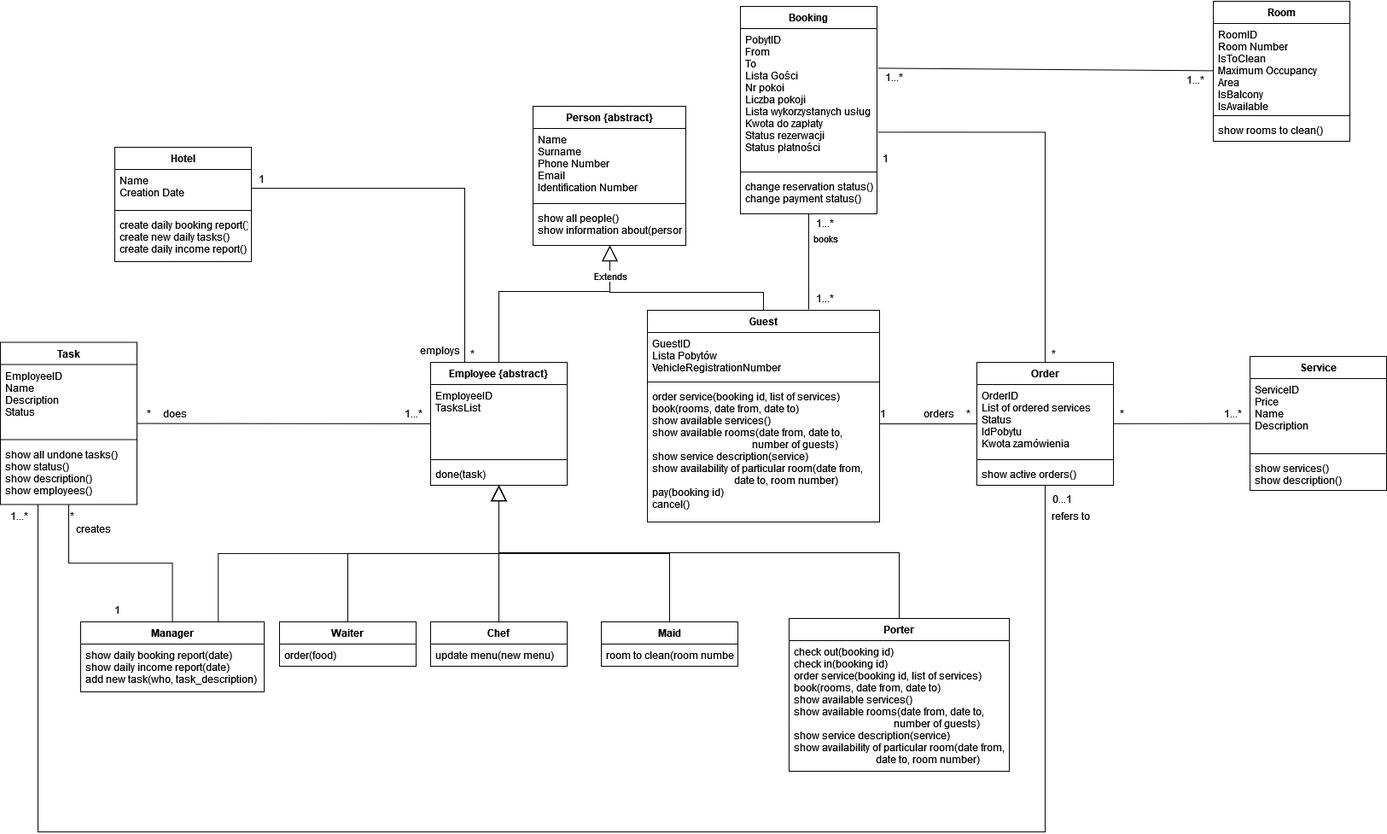
syndaez/hotel-management keeps this draw.io diagram as hotel-management-conceptual-diagram.drawio.png. Above is the earlier version. Source tidied: cells renumbered, new cells last; positions are measured from the earlier drawing's top-left corner, leaving out a move shared by most shapes.
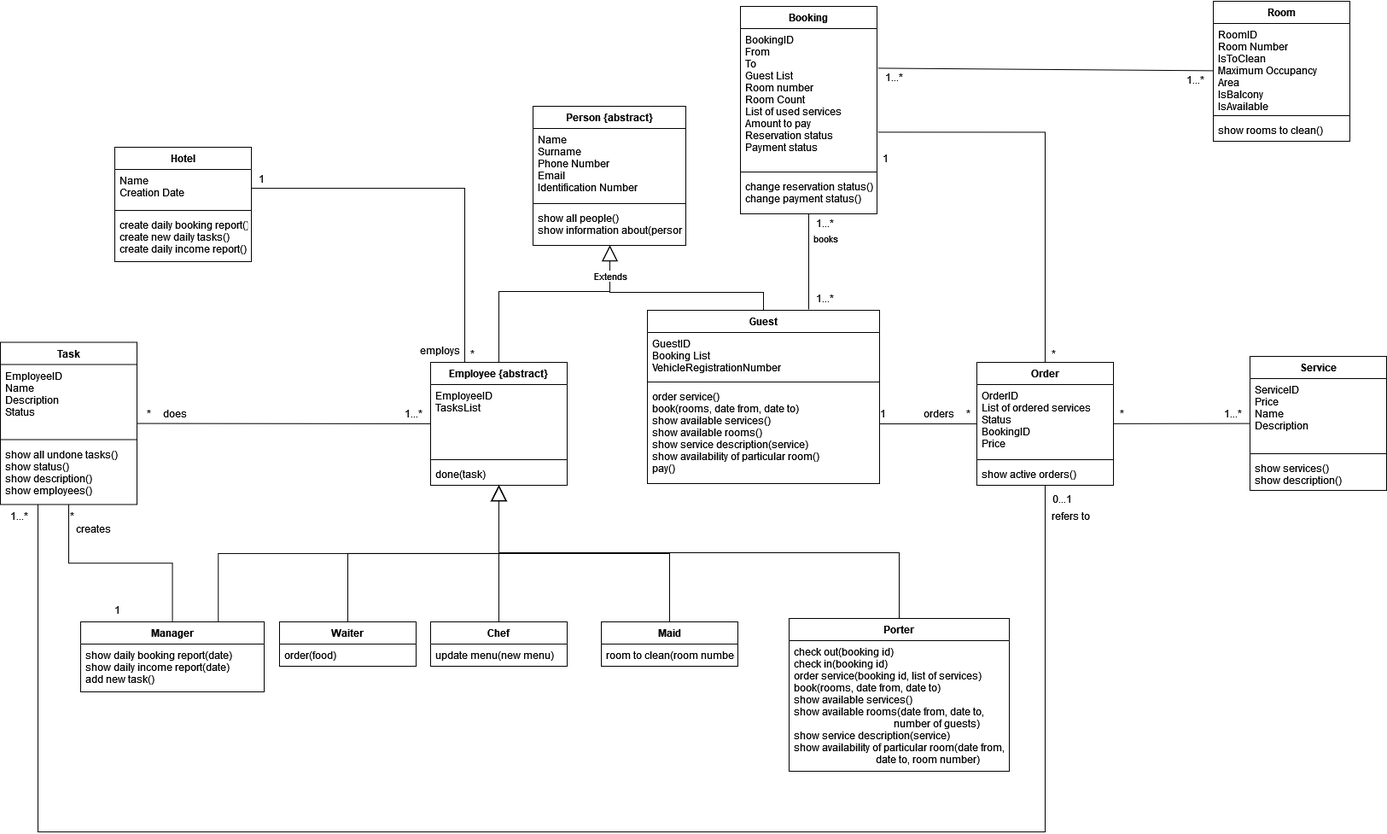
After the commit.

What changed in the source:
```diff
@@ -29,16 +29,16 @@
       </mxGeometry>
     </mxCell>
     <mxCell id="9" value="Guest&#10;" style="swimlane;fontStyle=1;align=center;verticalAlign=top;horizontal=1;startSize=26;" parent="1" vertex="1">
-      <mxGeometry x="758" y="362" width="272" height="248" as="geometry" />
+      <mxGeometry x="758" y="362" width="272" height="203" as="geometry" />
     </mxCell>
-    <mxCell id="10" value="GuestID&#10;Lista Pobytów&#10;VehicleRegistrationNumber&#10;" style="text;strokeColor=none;fillColor=none;align=left;verticalAlign=top;spacingLeft=4;spacingRight=4;overflow=hidden;" parent="9" vertex="1">
+    <mxCell id="10" value="GuestID&#10;Booking List&#10;VehicleRegistrationNumber&#10;" style="text;strokeColor=none;fillColor=none;align=left;verticalAlign=top;spacingLeft=4;spacingRight=4;overflow=hidden;" parent="9" vertex="1">
       <mxGeometry y="26" width="272" height="54" as="geometry" />
     </mxCell>
     <mxCell id="11" style="line;strokeWidth=1;fillColor=none;align=left;verticalAlign=middle;spacingTop=-1;spacingLeft=3;spacingRight=3;labelPosition=right;" parent="9" vertex="1">
       <mxGeometry y="80" width="272" height="8" as="geometry" />
     </mxCell>
-    <mxCell id="12" value="order service(booking id, list of services)&#10;book(rooms, date from, date to)&#10;show available services()&#10;show available rooms(date from, date to,&#10;                                       number of guests)&#10;show service description(service)&#10;show availability of particular room(date from,&#10;                                date to, room number)&#10;pay(booking id)&#10;cancel()&#10;&#10;&#10;&#10;&#10;&#10;" style="text;strokeColor=none;fillColor=none;align=left;verticalAlign=top;spacingLeft=4;spacingRight=4;overflow=hidden;" parent="9" vertex="1">
-      <mxGeometry y="88" width="272" height="160" as="geometry" />
+    <mxCell id="12" value="order service()&#10;book(rooms, date from, date to)&#10;show available services()&#10;show available rooms()&#10;show service description(service)&#10;show availability of particular room()&#10;pay()&#10;&#10;&#10;&#10;&#10;&#10;" style="text;strokeColor=none;fillColor=none;align=left;verticalAlign=top;spacingLeft=4;spacingRight=4;overflow=hidden;" parent="9" vertex="1">
+      <mxGeometry y="88" width="272" height="115" as="geometry" />
     </mxCell>
     <mxCell id="13" value="Room&#10;" style="swimlane;fontStyle=1;align=center;verticalAlign=top;horizontal=1;startSize=26;" parent="1" vertex="1">
       <mxGeometry x="1421" width="160" height="164" as="geometry" />
@@ -55,7 +55,7 @@
     <mxCell id="17" value="Booking&#10;" style="swimlane;fontStyle=1;align=center;verticalAlign=top;horizontal=1;startSize=26;" parent="1" vertex="1">
       <mxGeometry x="867" y="6" width="160" height="243" as="geometry" />
     </mxCell>
-    <mxCell id="18" value="PobytID&#10;From&#10;To&#10;Lista Gości&#10;Nr pokoi&#10;Liczba pokoji&#10;Lista wykorzystanych usług&#10;Kwota do zapłaty&#10;Status rezerwacji&#10;Status płatności&#10;&#10;&#10;&#10;&#10;&#10;&#10;" style="text;strokeColor=none;fillColor=none;align=left;verticalAlign=top;spacingLeft=4;spacingRight=4;overflow=hidden;points=[[0,0.5],[1,0.5]];portConstraint=eastwest;" parent="17" vertex="1">
+    <mxCell id="18" value="BookingID&#10;From&#10;To&#10;Guest List&#10;Room number&#10;Room Count&#10;List of used services&#10;Amount to pay&#10;Reservation status&#10;Payment status&#10;&#10;&#10;&#10;&#10;&#10;&#10;&#10;" style="text;strokeColor=none;fillColor=none;align=left;verticalAlign=top;spacingLeft=4;spacingRight=4;overflow=hidden;points=[[0,0.5],[1,0.5]];portConstraint=eastwest;" parent="17" vertex="1">
       <mxGeometry y="26" width="160" height="164" as="geometry" />
     </mxCell>
     <mxCell id="19" style="line;strokeWidth=1;fillColor=none;align=left;verticalAlign=middle;spacingTop=-1;spacingLeft=3;spacingRight=3;labelPosition=right;" parent="17" vertex="1">
@@ -79,7 +79,7 @@
     <mxCell id="25" value="Order" style="swimlane;fontStyle=1;align=center;verticalAlign=top;horizontal=1;startSize=26;" parent="1" vertex="1">
       <mxGeometry x="1144" y="423" width="160" height="144" as="geometry" />
     </mxCell>
-    <mxCell id="26" value="OrderID&#10;List of ordered services&#10;Status&#10;IdPobytu&#10;Kwota zamówienia&#10;&#10;&#10;" style="text;strokeColor=none;fillColor=none;align=left;verticalAlign=top;spacingLeft=4;spacingRight=4;overflow=hidden;" parent="25" vertex="1">
+    <mxCell id="26" value="OrderID&#10;List of ordered services&#10;Status&#10;BookingID&#10;Price&#10;&#10;&#10;" style="text;strokeColor=none;fillColor=none;align=left;verticalAlign=top;spacingLeft=4;spacingRight=4;overflow=hidden;" parent="25" vertex="1">
       <mxGeometry y="26" width="160" height="84" as="geometry" />
     </mxCell>
     <mxCell id="27" style="line;strokeWidth=1;fillColor=none;align=left;verticalAlign=middle;spacingTop=-1;spacingLeft=3;spacingRight=3;labelPosition=right;" parent="25" vertex="1">
@@ -109,7 +109,7 @@
     <mxCell id="35" value="Manager" style="swimlane;fontStyle=1;align=center;verticalAlign=top;horizontal=1;startSize=26;" parent="1" vertex="1">
       <mxGeometry x="94" y="727" width="215" height="82" as="geometry" />
     </mxCell>
-    <mxCell id="36" value="show daily booking report(date)&#10;show daily income report(date)&#10;add new task(who, task_description)&#10;" style="text;strokeColor=none;fillColor=none;align=left;verticalAlign=top;spacingLeft=4;spacingRight=4;overflow=hidden;" parent="35" vertex="1">
+    <mxCell id="36" value="show daily booking report(date)&#10;show daily income report(date)&#10;add new task()&#10;" style="text;strokeColor=none;fillColor=none;align=left;verticalAlign=top;spacingLeft=4;spacingRight=4;overflow=hidden;" parent="35" vertex="1">
       <mxGeometry y="26" width="215" height="56" as="geometry" />
     </mxCell>
     <mxCell id="37" value="Waiter" style="swimlane;fontStyle=1;align=center;verticalAlign=top;horizontal=1;startSize=26;" parent="1" vertex="1">
```
